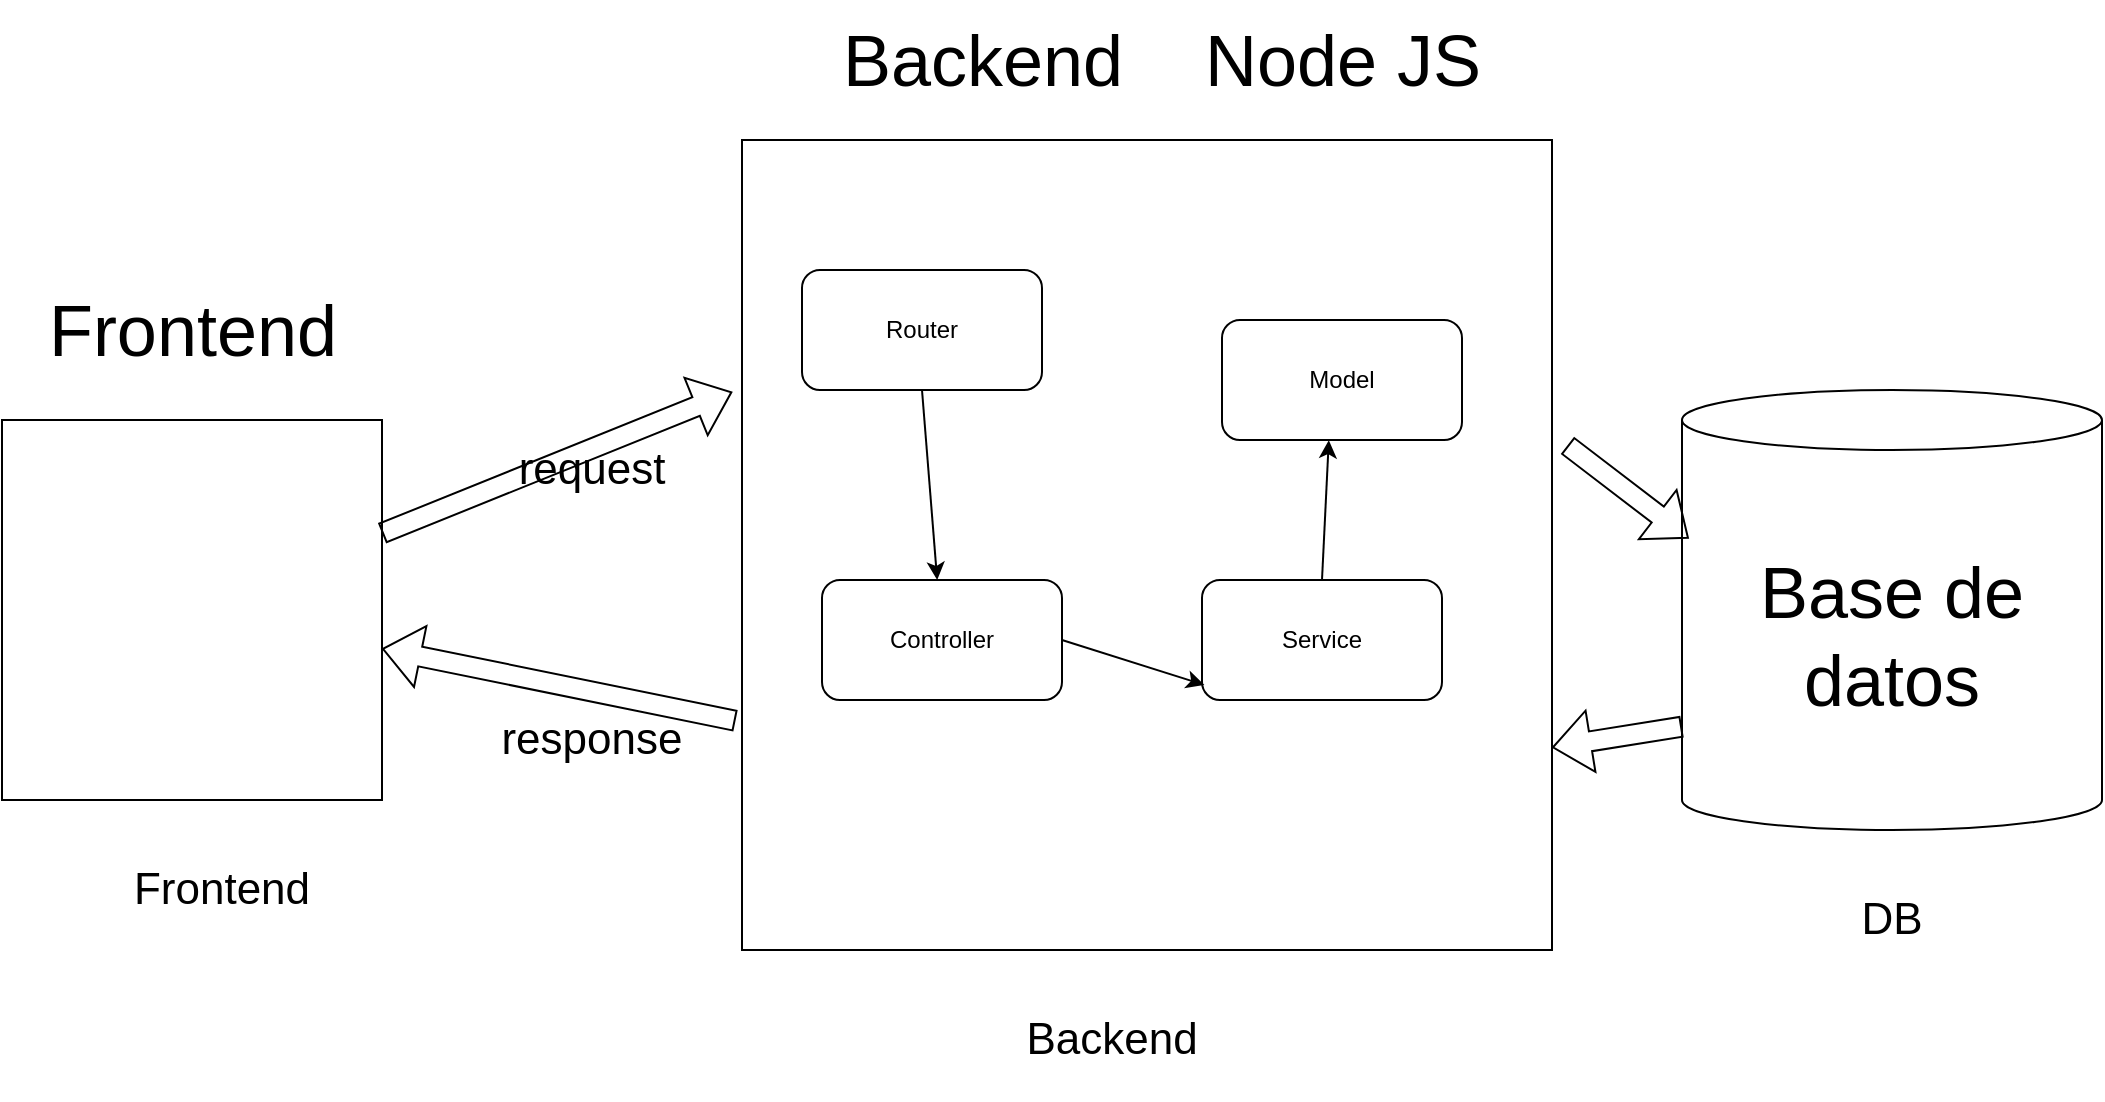
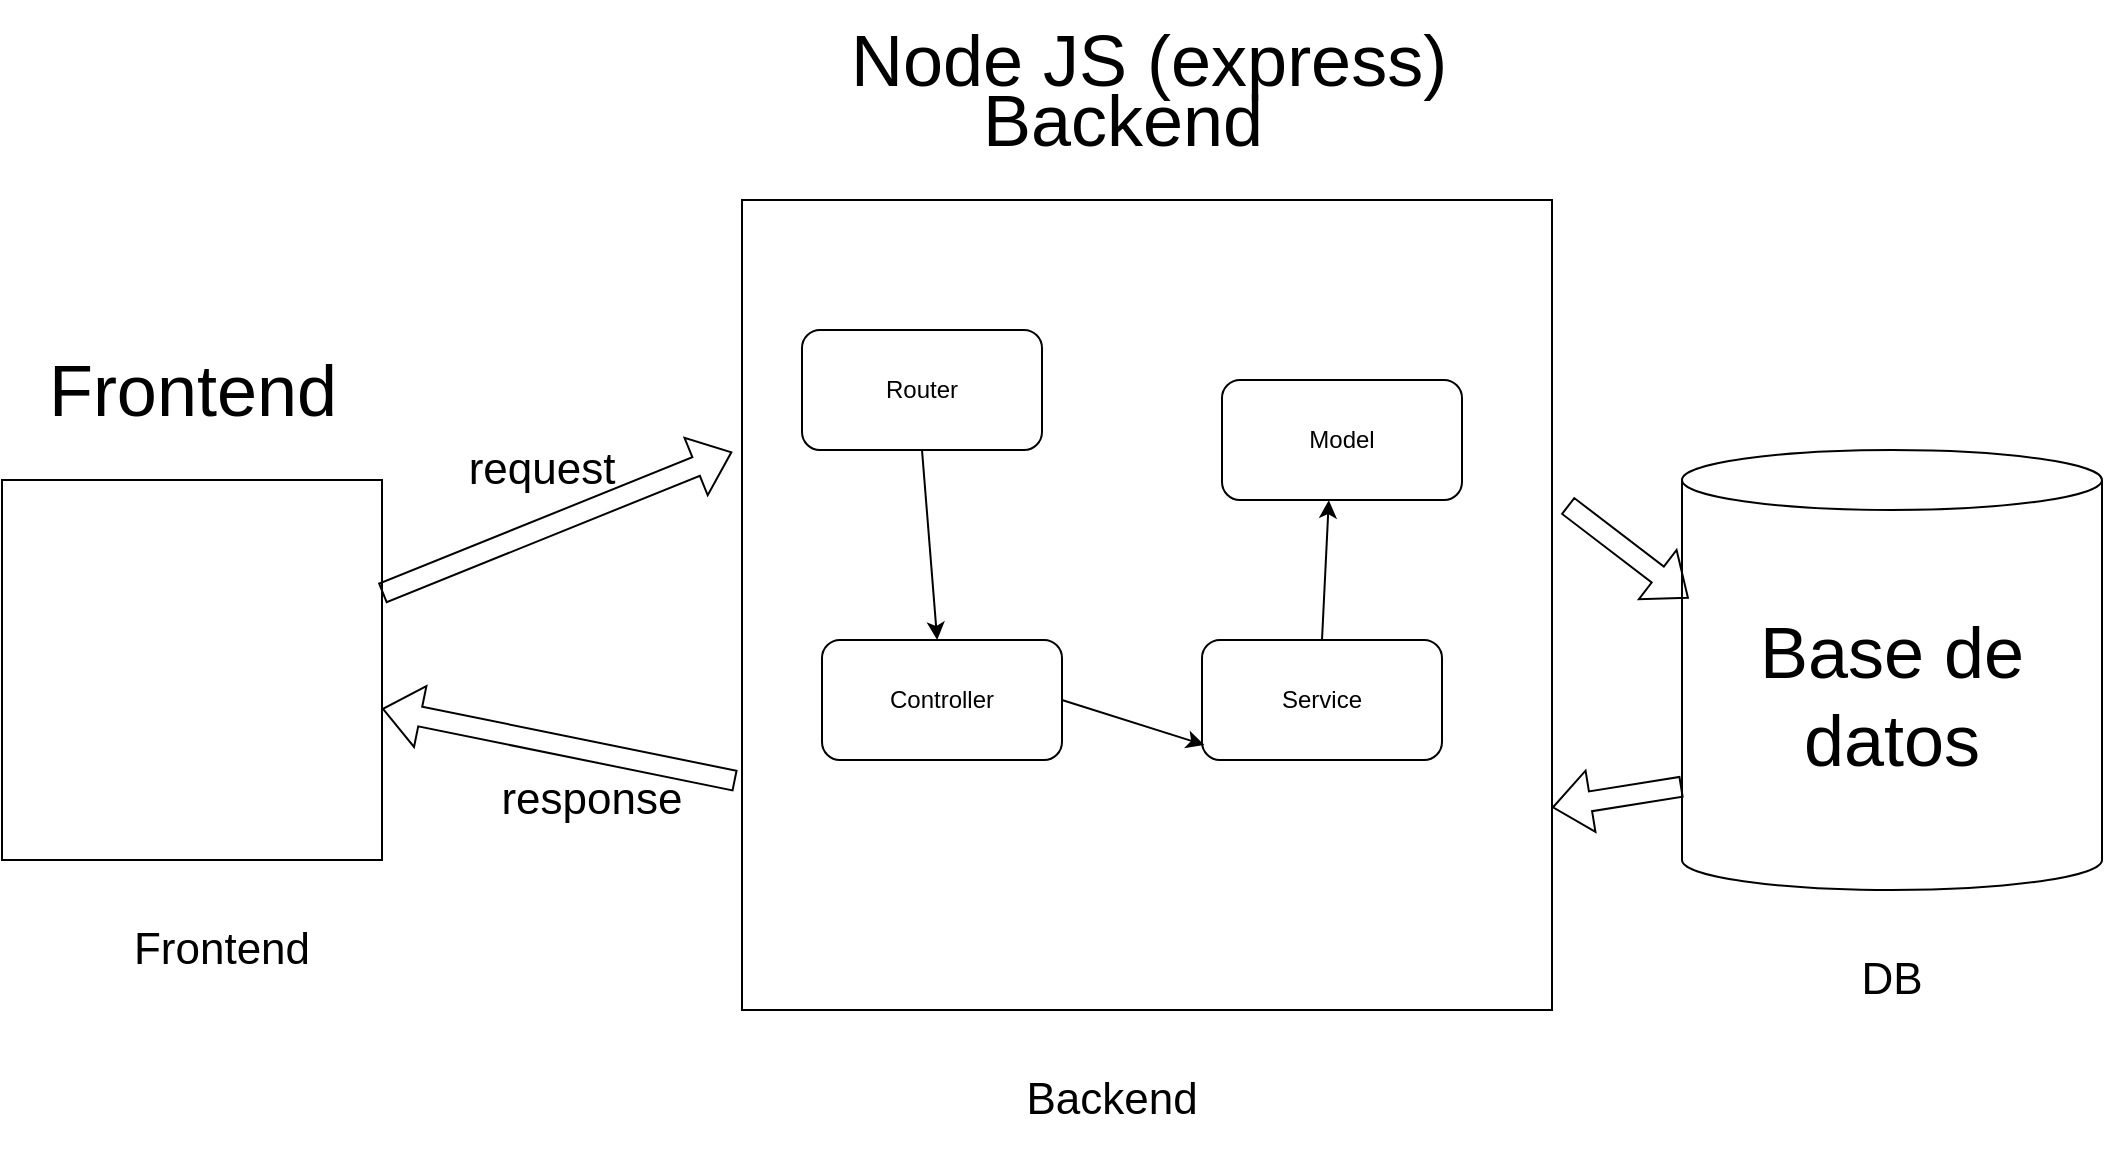
<mxfile host="65bd71144e">
    <diagram id="ZsribV0Bexus-a-jkXf0" name="Page-1">
-         <mxGraphModel dx="503" dy="353" grid="1" gridSize="10" guides="1" tooltips="1" connect="1" arrows="1" fold="1" page="1" pageScale="1" pageWidth="850" pageHeight="1100" math="0" shadow="0">
+         <mxGraphModel dx="499" dy="497" grid="1" gridSize="10" guides="1" tooltips="1" connect="1" arrows="1" fold="1" page="1" pageScale="1" pageWidth="850" pageHeight="1100" math="0" shadow="0">
            <root>
                <mxCell id="0"/>
                <mxCell id="1" parent="0"/>
                <mxCell id="2" value="&lt;font style=&quot;font-size: 36px;&quot;&gt;Base de datos&lt;/font&gt;" style="shape=cylinder3;whiteSpace=wrap;html=1;boundedLbl=1;backgroundOutline=1;size=15;" parent="1" vertex="1">
                    <mxGeometry x="840" y="225" width="210" height="220" as="geometry"/>
                </mxCell>
                <mxCell id="3" value="" style="whiteSpace=wrap;html=1;aspect=fixed;" parent="1" vertex="1">
                    <mxGeometry y="240" width="190" height="190" as="geometry"/>
                </mxCell>
                <mxCell id="4" value="" style="whiteSpace=wrap;html=1;aspect=fixed;" parent="1" vertex="1">
                    <mxGeometry x="370" y="100" width="405" height="405" as="geometry"/>
                </mxCell>
                <mxCell id="5" value="&lt;font style=&quot;font-size: 22px;&quot;&gt;Backend&lt;/font&gt;" style="text;html=1;whiteSpace=wrap;strokeColor=none;fillColor=none;align=center;verticalAlign=middle;rounded=0;" parent="1" vertex="1">
                    <mxGeometry x="500" y="520" width="110" height="60" as="geometry"/>
                </mxCell>
                <mxCell id="6" value="&lt;font style=&quot;font-size: 22px;&quot;&gt;Frontend&lt;/font&gt;" style="text;html=1;whiteSpace=wrap;strokeColor=none;fillColor=none;align=center;verticalAlign=middle;rounded=0;" parent="1" vertex="1">
                    <mxGeometry x="50" y="450" width="120" height="50" as="geometry"/>
                </mxCell>
                <mxCell id="7" value="" style="shape=flexArrow;endArrow=classic;html=1;rounded=0;entryX=-0.012;entryY=0.311;entryDx=0;entryDy=0;entryPerimeter=0;" parent="1" source="3" target="4" edge="1">
                    <mxGeometry width="50" height="50" relative="1" as="geometry">
                        <mxPoint x="400" y="430" as="sourcePoint"/>
                        <mxPoint x="450" y="380" as="targetPoint"/>
                    </mxGeometry>
                </mxCell>
                <mxCell id="8" value="" style="shape=flexArrow;endArrow=classic;html=1;rounded=0;exitX=-0.008;exitY=0.717;exitDx=0;exitDy=0;exitPerimeter=0;" parent="1" source="4" target="3" edge="1">
                    <mxGeometry width="50" height="50" relative="1" as="geometry">
                        <mxPoint x="330" y="380" as="sourcePoint"/>
                        <mxPoint x="450" y="380" as="targetPoint"/>
                    </mxGeometry>
                </mxCell>
                <mxCell id="9" value="" style="shape=flexArrow;endArrow=classic;html=1;rounded=0;entryX=0.016;entryY=0.337;entryDx=0;entryDy=0;entryPerimeter=0;exitX=1.019;exitY=0.377;exitDx=0;exitDy=0;exitPerimeter=0;" parent="1" source="4" target="2" edge="1">
                    <mxGeometry width="50" height="50" relative="1" as="geometry">
                        <mxPoint x="400" y="430" as="sourcePoint"/>
                        <mxPoint x="450" y="380" as="targetPoint"/>
                    </mxGeometry>
                </mxCell>
                <mxCell id="10" value="" style="shape=flexArrow;endArrow=classic;html=1;rounded=0;entryX=1;entryY=0.75;entryDx=0;entryDy=0;exitX=0;exitY=0.765;exitDx=0;exitDy=0;exitPerimeter=0;" parent="1" source="2" target="4" edge="1">
                    <mxGeometry width="50" height="50" relative="1" as="geometry">
                        <mxPoint x="400" y="430" as="sourcePoint"/>
                        <mxPoint x="450" y="380" as="targetPoint"/>
                    </mxGeometry>
                </mxCell>
                <mxCell id="11" value="&lt;font style=&quot;font-size: 22px;&quot;&gt;DB&lt;/font&gt;" style="text;html=1;whiteSpace=wrap;strokeColor=none;fillColor=none;align=center;verticalAlign=middle;rounded=0;" parent="1" vertex="1">
                    <mxGeometry x="890" y="460" width="110" height="60" as="geometry"/>
                </mxCell>
                <mxCell id="12" value="&lt;font style=&quot;font-size: 22px;&quot;&gt;request&lt;/font&gt;" style="text;html=1;whiteSpace=wrap;strokeColor=none;fillColor=none;align=center;verticalAlign=middle;rounded=0;" parent="1" vertex="1">
-                     <mxGeometry x="265" y="250" width="60" height="30" as="geometry"/>
+                     <mxGeometry x="240" y="220" width="60" height="30" as="geometry"/>
                </mxCell>
                <mxCell id="13" value="&lt;font style=&quot;font-size: 22px;&quot;&gt;response&lt;/font&gt;" style="text;html=1;whiteSpace=wrap;strokeColor=none;fillColor=none;align=center;verticalAlign=middle;rounded=0;" parent="1" vertex="1">
                    <mxGeometry x="240" y="370" width="110" height="60" as="geometry"/>
                </mxCell>
-                 <mxCell id="14" value="&lt;font style=&quot;font-size: 36px;&quot;&gt;Node JS&lt;/font&gt;" style="text;html=1;align=center;verticalAlign=middle;resizable=0;points=[];autosize=1;strokeColor=none;fillColor=none;" parent="1" vertex="1">
-                     <mxGeometry x="590" y="30" width="160" height="60" as="geometry"/>
+                 <mxCell id="14" value="&lt;font style=&quot;font-size: 36px;&quot;&gt;Node JS (express)&lt;/font&gt;" style="text;html=1;align=center;verticalAlign=middle;resizable=0;points=[];autosize=1;strokeColor=none;fillColor=none;" parent="1" vertex="1">
+                     <mxGeometry x="412.5" width="320" height="60" as="geometry"/>
                </mxCell>
                <mxCell id="15" value="&lt;font style=&quot;font-size: 36px;&quot;&gt;Backend&lt;/font&gt;" style="text;html=1;align=center;verticalAlign=middle;resizable=0;points=[];autosize=1;strokeColor=none;fillColor=none;" parent="1" vertex="1">
-                     <mxGeometry x="410" y="30" width="160" height="60" as="geometry"/>
+                     <mxGeometry x="480" y="30" width="160" height="60" as="geometry"/>
                </mxCell>
                <mxCell id="16" value="&lt;font style=&quot;font-size: 36px;&quot;&gt;Frontend&lt;/font&gt;" style="text;html=1;align=center;verticalAlign=middle;resizable=0;points=[];autosize=1;strokeColor=none;fillColor=none;" parent="1" vertex="1">
                    <mxGeometry x="10" y="165" width="170" height="60" as="geometry"/>
                </mxCell>
-                 <mxCell id="18" value="Router" style="rounded=1;whiteSpace=wrap;html=1;" vertex="1" parent="1">
+                 <mxCell id="18" value="Router" style="rounded=1;whiteSpace=wrap;html=1;" parent="1" vertex="1">
                    <mxGeometry x="400" y="165" width="120" height="60" as="geometry"/>
                </mxCell>
-                 <mxCell id="19" value="Controller" style="rounded=1;whiteSpace=wrap;html=1;" vertex="1" parent="1">
+                 <mxCell id="19" value="Controller" style="rounded=1;whiteSpace=wrap;html=1;" parent="1" vertex="1">
                    <mxGeometry x="410" y="320" width="120" height="60" as="geometry"/>
                </mxCell>
-                 <mxCell id="20" value="Service" style="rounded=1;whiteSpace=wrap;html=1;" vertex="1" parent="1">
+                 <mxCell id="20" value="Service" style="rounded=1;whiteSpace=wrap;html=1;" parent="1" vertex="1">
                    <mxGeometry x="600" y="320" width="120" height="60" as="geometry"/>
                </mxCell>
-                 <mxCell id="21" value="Model" style="rounded=1;whiteSpace=wrap;html=1;" vertex="1" parent="1">
+                 <mxCell id="21" value="Model" style="rounded=1;whiteSpace=wrap;html=1;" parent="1" vertex="1">
                    <mxGeometry x="610" y="190" width="120" height="60" as="geometry"/>
                </mxCell>
-                 <mxCell id="22" value="" style="endArrow=classic;html=1;exitX=0.5;exitY=1;exitDx=0;exitDy=0;" edge="1" parent="1" source="18" target="19">
+                 <mxCell id="22" value="" style="endArrow=classic;html=1;exitX=0.5;exitY=1;exitDx=0;exitDy=0;" parent="1" source="18" target="19" edge="1">
                    <mxGeometry width="50" height="50" relative="1" as="geometry">
                        <mxPoint x="565" y="209.99578947368417" as="sourcePoint"/>
                        <mxPoint x="410" y="348.68" as="targetPoint"/>
                        <Array as="points"/>
                    </mxGeometry>
                </mxCell>
-                 <mxCell id="23" value="" style="endArrow=classic;html=1;exitX=1;exitY=0.5;exitDx=0;exitDy=0;entryX=0.01;entryY=0.875;entryDx=0;entryDy=0;entryPerimeter=0;" edge="1" parent="1" source="19" target="20">
+                 <mxCell id="23" value="" style="endArrow=classic;html=1;exitX=1;exitY=0.5;exitDx=0;exitDy=0;entryX=0.01;entryY=0.875;entryDx=0;entryDy=0;entryPerimeter=0;" parent="1" source="19" target="20" edge="1">
                    <mxGeometry width="50" height="50" relative="1" as="geometry">
                        <mxPoint x="470" y="235" as="sourcePoint"/>
                        <mxPoint x="478" y="330" as="targetPoint"/>
                        <Array as="points"/>
                    </mxGeometry>
                </mxCell>
-                 <mxCell id="24" value="" style="endArrow=classic;html=1;entryX=0.445;entryY=1.002;entryDx=0;entryDy=0;entryPerimeter=0;exitX=0.5;exitY=0;exitDx=0;exitDy=0;" edge="1" parent="1" source="20" target="21">
+                 <mxCell id="24" value="" style="endArrow=classic;html=1;entryX=0.445;entryY=1.002;entryDx=0;entryDy=0;entryPerimeter=0;exitX=0.5;exitY=0;exitDx=0;exitDy=0;" parent="1" source="20" target="21" edge="1">
                    <mxGeometry width="50" height="50" relative="1" as="geometry">
                        <mxPoint x="618.3478260869565" y="312" as="sourcePoint"/>
                        <mxPoint x="560" y="190" as="targetPoint"/>
                        <Array as="points"/>
                    </mxGeometry>
                </mxCell>
            </root>
        </mxGraphModel>
    </diagram>
</mxfile>